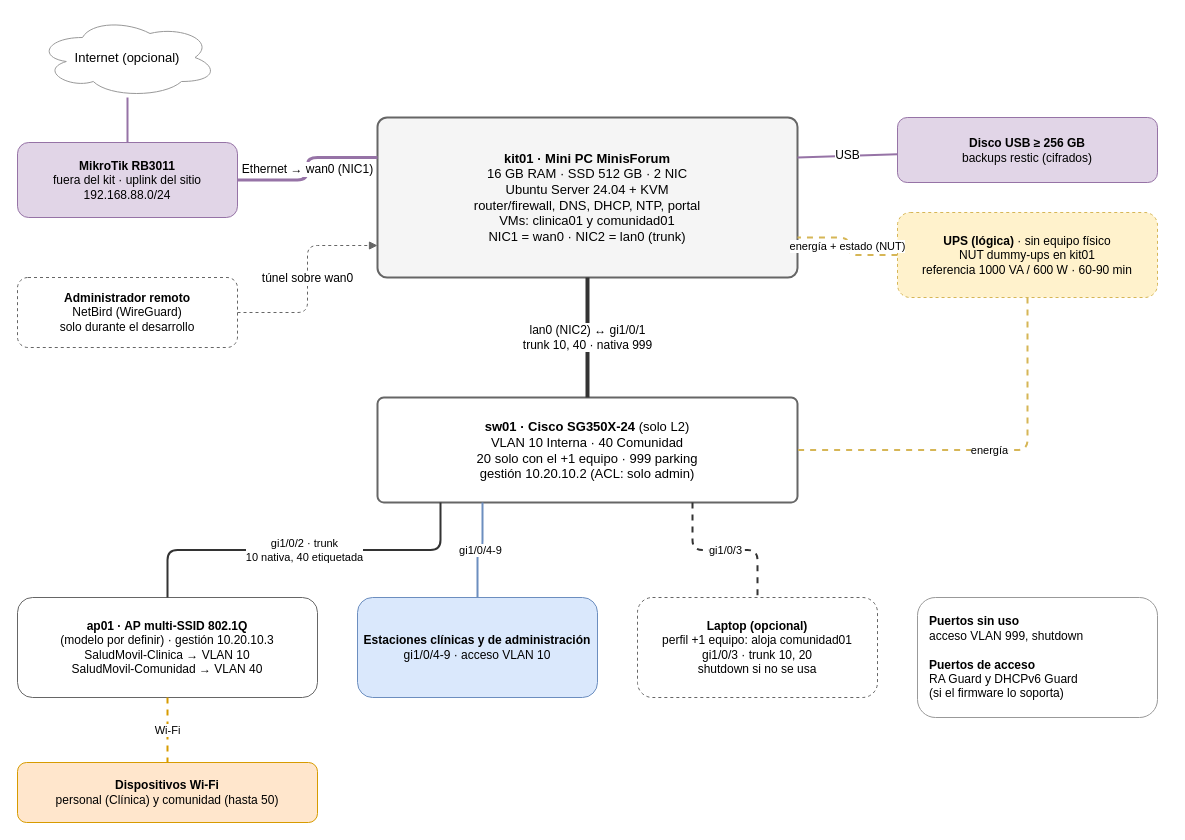
Earlier version of the draw.io diagram diagramas/diagrama-fisico.drawio (kitsalud-movil-plats1/docs). Source tidied: cells renumbered, new cells numbered last; positions are measured from the earlier drawing's top-left corner, leaving out a move shared by most shapes. Both pictures are drawn from the tidied source at 100%, with x=0, y=0 at pixel (17, 17).
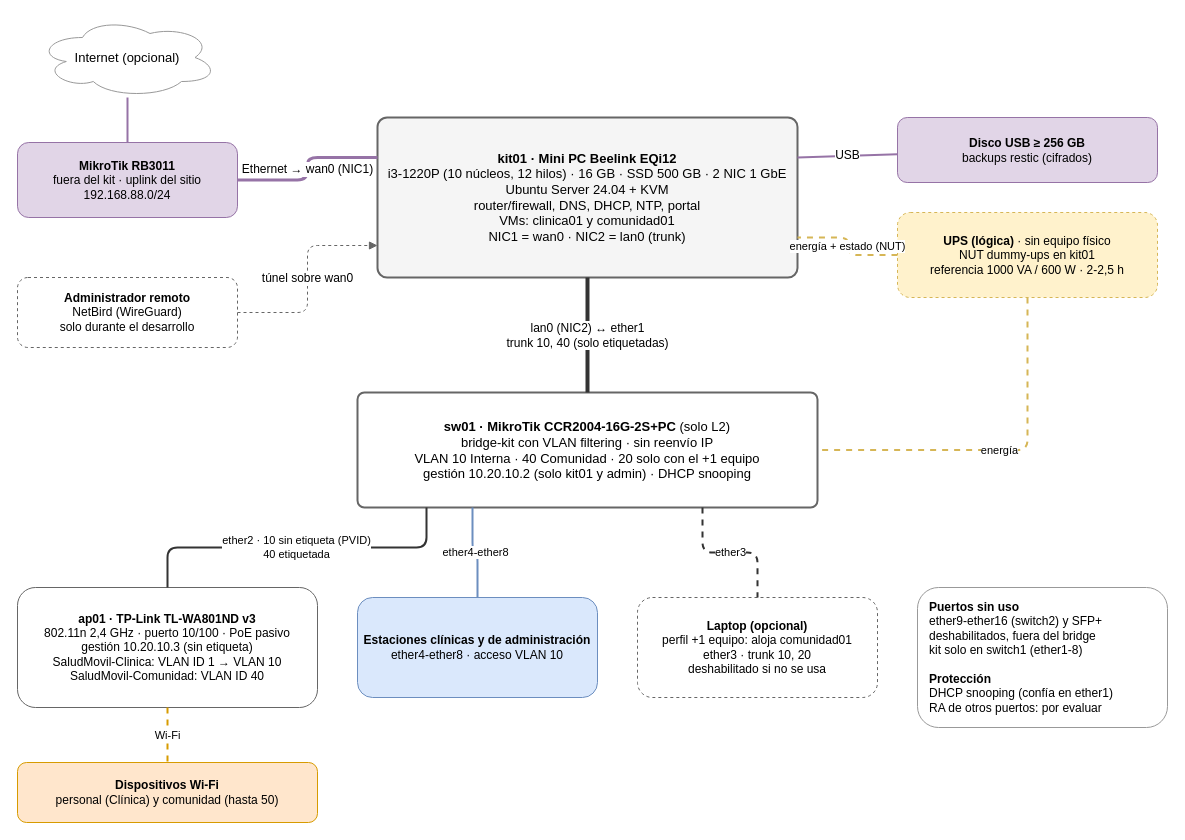
Above is the later version.

Change to the diagram source:
```diff
@@
-    <mxCell id="5" value="&lt;b&gt;kit01 · Mini PC MinisForum&lt;/b&gt;&lt;br&gt;16 GB RAM · SSD 512 GB · 2 NIC&lt;br&gt;Ubuntu Server 24.04 + KVM&lt;br&gt;router/firewall, DNS, DHCP, NTP, portal&lt;br&gt;VMs: clinica01 y comunidad01&lt;br&gt;NIC1 = wan0 · NIC2 = lan0 (trunk)" style="rounded=1;arcSize=6;whiteSpace=wrap;html=1;fillColor=#f5f5f5;strokeColor=#666666;fontSize=13;strokeWidth=2;" parent="1" vertex="1">
+    <mxCell id="5" value="&lt;b&gt;kit01 · Mini PC Beelink EQi12&lt;/b&gt;&lt;br&gt;i3-1220P (10 núcleos, 12 hilos) · 16 GB · SSD 500 GB · 2 NIC 1 GbE&lt;br&gt;Ubuntu Server 24.04 + KVM&lt;br&gt;router/firewall, DNS, DHCP, NTP, portal&lt;br&gt;VMs: clinica01 y comunidad01&lt;br&gt;NIC1 = wan0 · NIC2 = lan0 (trunk)" style="rounded=1;arcSize=6;whiteSpace=wrap;html=1;fillColor=#f5f5f5;strokeColor=#666666;fontSize=13;strokeWidth=2;" parent="1" vertex="1">
       <mxGeometry x="360" y="100" width="420" height="160" as="geometry" />
     </mxCell>
@@
-    <mxCell id="7" value="&lt;b&gt;UPS (lógica)&lt;/b&gt; · sin equipo físico&lt;br&gt;NUT dummy-ups en kit01&lt;br&gt;referencia 1000 VA / 600 W · 60-90 min" style="rounded=1;whiteSpace=wrap;html=1;dashed=1;fillColor=#fff2cc;strokeColor=#d6b656;fontSize=12;" parent="1" vertex="1">
+    <mxCell id="7" value="&lt;b&gt;UPS (lógica)&lt;/b&gt; · sin equipo físico&lt;br&gt;NUT dummy-ups en kit01&lt;br&gt;referencia 1000 VA / 600 W · 2-2,5 h" style="rounded=1;whiteSpace=wrap;html=1;dashed=1;fillColor=#fff2cc;strokeColor=#d6b656;fontSize=12;" parent="1" vertex="1">
       <mxGeometry x="880" y="195" width="260" height="85" as="geometry" />
     </mxCell>
-    <mxCell id="8" value="&lt;b&gt;sw01 · Cisco SG350X-24&lt;/b&gt; (solo L2)&lt;br&gt;VLAN 10 Interna · 40 Comunidad&lt;br&gt;20 solo con el +1 equipo · 999 parking&lt;br&gt;gestión 10.20.10.2 (ACL: solo admin)" style="rounded=1;arcSize=6;whiteSpace=wrap;html=1;fillColor=#FFFFFF;strokeColor=#666666;fontSize=13;strokeWidth=2;" parent="1" vertex="1">
-      <mxGeometry x="360" y="380" width="420" height="105" as="geometry" />
+    <mxCell id="8" value="&lt;b&gt;sw01 · MikroTik CCR2004-16G-2S+PC&lt;/b&gt; (solo L2)&lt;br&gt;bridge-kit con VLAN filtering · sin reenvío IP&lt;br&gt;VLAN 10 Interna · 40 Comunidad · 20 solo con el +1 equipo&lt;br&gt;gestión 10.20.10.2 (solo kit01 y admin) · DHCP snooping" style="rounded=1;arcSize=6;whiteSpace=wrap;html=1;fillColor=#FFFFFF;strokeColor=#666666;fontSize=13;strokeWidth=2;" parent="1" vertex="1">
+      <mxGeometry x="340" y="375" width="460" height="115" as="geometry" />
     </mxCell>
-    <mxCell id="9" value="&lt;b&gt;ap01 · AP multi-SSID 802.1Q&lt;/b&gt;&lt;br&gt;(modelo por definir) · gestión 10.20.10.3&lt;br&gt;SaludMovil-Clinica → VLAN 10&lt;br&gt;SaludMovil-Comunidad → VLAN 40" style="rounded=1;whiteSpace=wrap;html=1;fillColor=#FFFFFF;strokeColor=#666666;fontSize=12;" parent="1" vertex="1">
-      <mxGeometry y="580" width="300" height="100" as="geometry" />
+    <mxCell id="9" value="&lt;b&gt;ap01 · TP-Link TL-WA801ND v3&lt;/b&gt;&lt;br&gt;802.11n 2,4 GHz · puerto 10/100 · PoE pasivo&lt;br&gt;gestión 10.20.10.3 (sin etiqueta)&lt;br&gt;SaludMovil-Clinica: VLAN ID 1 → VLAN 10&lt;br&gt;SaludMovil-Comunidad: VLAN ID 40" style="rounded=1;whiteSpace=wrap;html=1;fillColor=#FFFFFF;strokeColor=#666666;fontSize=12;" parent="1" vertex="1">
+      <mxGeometry y="570" width="300" height="120" as="geometry" />
     </mxCell>
-    <mxCell id="10" value="&lt;b&gt;Estaciones clínicas y de administración&lt;/b&gt;&lt;br&gt;gi1/0/4-9 · acceso VLAN 10" style="rounded=1;whiteSpace=wrap;html=1;fillColor=#dae8fc;strokeColor=#6c8ebf;fontSize=12;" parent="1" vertex="1">
+    <mxCell id="10" value="&lt;b&gt;Estaciones clínicas y de administración&lt;/b&gt;&lt;br&gt;ether4-ether8 · acceso VLAN 10" style="rounded=1;whiteSpace=wrap;html=1;fillColor=#dae8fc;strokeColor=#6c8ebf;fontSize=12;" parent="1" vertex="1">
       <mxGeometry x="340" y="580" width="240" height="100" as="geometry" />
     </mxCell>
-    <mxCell id="11" value="&lt;b&gt;Laptop (opcional)&lt;/b&gt;&lt;br&gt;perfil +1 equipo: aloja comunidad01&lt;br&gt;gi1/0/3 · trunk 10, 20&lt;br&gt;shutdown si no se usa" style="rounded=1;whiteSpace=wrap;html=1;dashed=1;fillColor=#FFFFFF;strokeColor=#666666;fontSize=12;" parent="1" vertex="1">
+    <mxCell id="11" value="&lt;b&gt;Laptop (opcional)&lt;/b&gt;&lt;br&gt;perfil +1 equipo: aloja comunidad01&lt;br&gt;ether3 · trunk 10, 20&lt;br&gt;deshabilitado si no se usa" style="rounded=1;whiteSpace=wrap;html=1;dashed=1;fillColor=#FFFFFF;strokeColor=#666666;fontSize=12;" parent="1" vertex="1">
       <mxGeometry x="620" y="580" width="240" height="100" as="geometry" />
     </mxCell>
-    <mxCell id="12" value="&lt;b&gt;Puertos sin uso&lt;/b&gt;&lt;br&gt;acceso VLAN 999, shutdown&lt;br&gt;&lt;br&gt;&lt;b&gt;Puertos de acceso&lt;/b&gt;&lt;br&gt;RA Guard y DHCPv6 Guard&lt;br&gt;(si el firmware lo soporta)" style="rounded=1;whiteSpace=wrap;html=1;fillColor=#FFFFFF;strokeColor=#999999;fontSize=12;align=left;spacingLeft=10;" parent="1" vertex="1">
-      <mxGeometry x="900" y="580" width="240" height="120" as="geometry" />
+    <mxCell id="12" value="&lt;b&gt;Puertos sin uso&lt;/b&gt;&lt;br&gt;ether9-ether16 (switch2) y SFP+&lt;br&gt;deshabilitados, fuera del bridge&lt;br&gt;kit solo en switch1 (ether1-8)&lt;br&gt;&lt;br&gt;&lt;b&gt;Protección&lt;/b&gt;&lt;br&gt;DHCP snooping (confía en ether1)&lt;br&gt;RA de otros puertos: por evaluar" style="rounded=1;whiteSpace=wrap;html=1;fillColor=#FFFFFF;strokeColor=#999999;fontSize=12;align=left;spacingLeft=10;" parent="1" vertex="1">
+      <mxGeometry x="900" y="570" width="250" height="140" as="geometry" />
     </mxCell>
@@
-    <mxCell id="20" value="lan0 (NIC2) ↔ gi1/0/1&lt;br&gt;trunk 10, 40 · nativa 999" style="html=1;endArrow=none;strokeColor=#333333;strokeWidth=4;fontSize=12;labelBackgroundColor=#FFFFFF;" parent="1" edge="1" source="5" target="8">
+    <mxCell id="20" value="lan0 (NIC2) ↔ ether1&lt;br&gt;trunk 10, 40 (solo etiquetadas)" style="html=1;endArrow=none;strokeColor=#333333;strokeWidth=4;fontSize=12;labelBackgroundColor=#FFFFFF;" parent="1" edge="1" source="5" target="8">
       <mxGeometry relative="1" as="geometry" />
     </mxCell>
-    <mxCell id="21" value="gi1/0/2 · trunk&lt;br&gt;10 nativa, 40 etiquetada" style="edgeStyle=orthogonalEdgeStyle;html=1;endArrow=none;strokeColor=#333333;strokeWidth=2;fontSize=11;labelBackgroundColor=#FFFFFF;exitX=0.15;exitY=1;exitDx=0;exitDy=0;" parent="1" edge="1" source="8" target="9">
+    <mxCell id="21" value="ether2 · 10 sin etiqueta (PVID)&lt;br&gt;40 etiquetada" style="edgeStyle=orthogonalEdgeStyle;html=1;endArrow=none;strokeColor=#333333;strokeWidth=2;fontSize=11;labelBackgroundColor=#FFFFFF;exitX=0.15;exitY=1;exitDx=0;exitDy=0;" parent="1" edge="1" source="8" target="9">
       <mxGeometry relative="1" as="geometry" />
     </mxCell>
-    <mxCell id="22" value="gi1/0/4-9" style="edgeStyle=orthogonalEdgeStyle;html=1;endArrow=none;strokeColor=#6c8ebf;strokeWidth=2;fontSize=11;labelBackgroundColor=#FFFFFF;exitX=0.25;exitY=1;exitDx=0;exitDy=0;" parent="1" edge="1" source="8" target="10">
+    <mxCell id="22" value="ether4-ether8" style="edgeStyle=orthogonalEdgeStyle;html=1;endArrow=none;strokeColor=#6c8ebf;strokeWidth=2;fontSize=11;labelBackgroundColor=#FFFFFF;exitX=0.25;exitY=1;exitDx=0;exitDy=0;" parent="1" edge="1" source="8" target="10">
       <mxGeometry relative="1" as="geometry" />
     </mxCell>
-    <mxCell id="23" value="gi1/0/3" style="edgeStyle=orthogonalEdgeStyle;html=1;endArrow=none;dashed=1;strokeColor=#333333;strokeWidth=2;fontSize=11;labelBackgroundColor=#FFFFFF;exitX=0.75;exitY=1;exitDx=0;exitDy=0;" parent="1" edge="1" source="8" target="11">
+    <mxCell id="23" value="ether3" style="edgeStyle=orthogonalEdgeStyle;html=1;endArrow=none;dashed=1;strokeColor=#333333;strokeWidth=2;fontSize=11;labelBackgroundColor=#FFFFFF;exitX=0.75;exitY=1;exitDx=0;exitDy=0;" parent="1" edge="1" source="8" target="11">
       <mxGeometry relative="1" as="geometry" />
     </mxCell>
```
